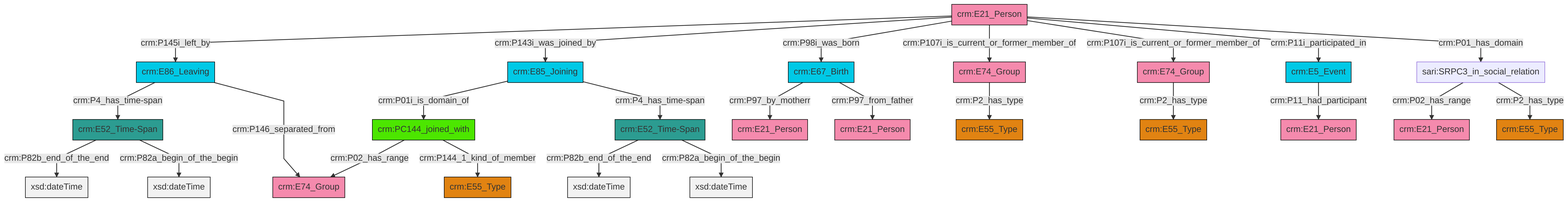
swiss-art-research-net/docs.swissartresearch keeps this Mermaid diagram as et/personCSV/ttl/mmd/png/Person_Actor_Relations.png. Above is the earlier version. Its source is kept beside it as et/personCSV/ttl/mmd/Person_Actor_Relations.ttl.mmd.
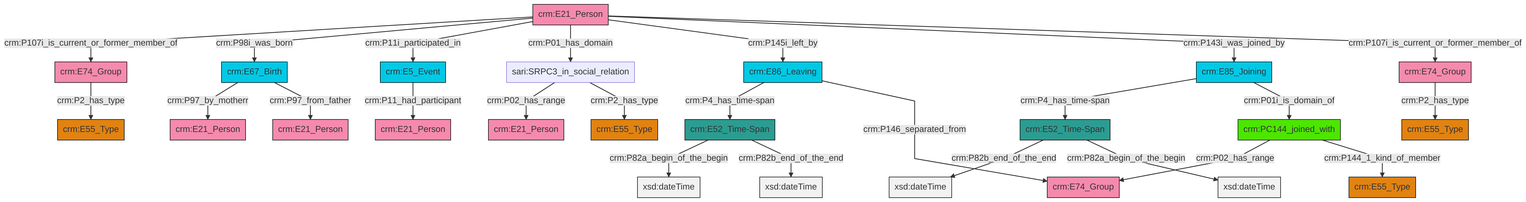
The same file after the commit.

Diff of the diagram source:
```diff
@@ -13,27 +13,27 @@
 classDef PC_Classes fill:#4ce600, stroke:#000000;
 classDef Multi fill:#cccccc,stroke:#000000;
 
-0["crm:E21_Person"]:::Actor -->|crm:P145i_left_by| 1["crm:E86_Leaving"]:::Temporal_Entity
-2["crm:E74_Group"]:::Actor -->|crm:P2_has_type| 3["crm:E55_Type"]:::Type
-0["crm:E21_Person"]:::Actor -->|crm:P143i_was_joined_by| 4["crm:E85_Joining"]:::Temporal_Entity
-5["crm:E52_Time-Span"]:::Time-Span -->|crm:P82b_end_of_the_end| 6[xsd:dateTime]:::Literal
-7["crm:PC144_joined_with"]:::PC_Classes -->|crm:P02_has_range| 8["crm:E74_Group"]:::Actor
-10["sari:SRPC3_in_social_relation"]:::Default -->|crm:P02_has_range| 12["crm:E21_Person"]:::Actor
-15["crm:E67_Birth"]:::Temporal_Entity -->|crm:P97_by_motherr| 16["crm:E21_Person"]:::Actor
-1["crm:E86_Leaving"]:::Temporal_Entity -->|crm:P4_has_time-span| 5["crm:E52_Time-Span"]:::Time-Span
-4["crm:E85_Joining"]:::Temporal_Entity -->|crm:P01i_is_domain_of| 7["crm:PC144_joined_with"]:::PC_Classes
-4["crm:E85_Joining"]:::Temporal_Entity -->|crm:P4_has_time-span| 18["crm:E52_Time-Span"]:::Time-Span
-1["crm:E86_Leaving"]:::Temporal_Entity -->|crm:P146_separated_from| 8["crm:E74_Group"]:::Actor
-18["crm:E52_Time-Span"]:::Time-Span -->|crm:P82b_end_of_the_end| 24[xsd:dateTime]:::Literal
-0["crm:E21_Person"]:::Actor -->|crm:P98i_was_born| 15["crm:E67_Birth"]:::Temporal_Entity
-0["crm:E21_Person"]:::Actor -->|crm:P107i_is_current_or_former_member_of| 20["crm:E74_Group"]:::Actor
-0["crm:E21_Person"]:::Actor -->|crm:P107i_is_current_or_former_member_of| 2["crm:E74_Group"]:::Actor
-10["sari:SRPC3_in_social_relation"]:::Default -->|crm:P2_has_type| 33["crm:E55_Type"]:::Type
-15["crm:E67_Birth"]:::Temporal_Entity -->|crm:P97_from_father| 22["crm:E21_Person"]:::Actor
-5["crm:E52_Time-Span"]:::Time-Span -->|crm:P82a_begin_of_the_begin| 36[xsd:dateTime]:::Literal
-7["crm:PC144_joined_with"]:::PC_Classes -->|crm:P144_1_kind_of_member| 29["crm:E55_Type"]:::Type
-0["crm:E21_Person"]:::Actor -->|crm:P11i_participated_in| 13["crm:E5_Event"]:::Temporal_Entity
-0["crm:E21_Person"]:::Actor -->|crm:P01_has_domain| 10["sari:SRPC3_in_social_relation"]:::Default
-18["crm:E52_Time-Span"]:::Time-Span -->|crm:P82a_begin_of_the_begin| 44[xsd:dateTime]:::Literal
-20["crm:E74_Group"]:::Actor -->|crm:P2_has_type| 39["crm:E55_Type"]:::Type
-13["crm:E5_Event"]:::Temporal_Entity -->|crm:P11_had_participant| 34["crm:E21_Person"]:::Actor
+6["crm:E21_Person"]:::Actor -->|crm:P107i_is_current_or_former_member_of| 7["crm:E74_Group"]:::Actor
+6["crm:E21_Person"]:::Actor -->|crm:P98i_was_born| 10["crm:E67_Birth"]:::Temporal_Entity
+11["crm:E86_Leaving"]:::Temporal_Entity -->|crm:P4_has_time-span| 12["crm:E52_Time-Span"]:::Time-Span
+15["crm:E52_Time-Span"]:::Time-Span -->|crm:P82b_end_of_the_end| 16[xsd:dateTime]:::Literal
+21["sari:SRPC3_in_social_relation"]:::Default -->|crm:P02_has_range| 22["crm:E21_Person"]:::Actor
+6["crm:E21_Person"]:::Actor -->|crm:P11i_participated_in| 23["crm:E5_Event"]:::Temporal_Entity
+23["crm:E5_Event"]:::Temporal_Entity -->|crm:P11_had_participant| 0["crm:E21_Person"]:::Actor
+15["crm:E52_Time-Span"]:::Time-Span -->|crm:P82a_begin_of_the_begin| 32[xsd:dateTime]:::Literal
+12["crm:E52_Time-Span"]:::Time-Span -->|crm:P82a_begin_of_the_begin| 34[xsd:dateTime]:::Literal
+8["crm:E74_Group"]:::Actor -->|crm:P2_has_type| 17["crm:E55_Type"]:::Type
+36["crm:PC144_joined_with"]:::PC_Classes -->|crm:P02_has_range| 4["crm:E74_Group"]:::Actor
+10["crm:E67_Birth"]:::Temporal_Entity -->|crm:P97_by_motherr| 37["crm:E21_Person"]:::Actor
+12["crm:E52_Time-Span"]:::Time-Span -->|crm:P82b_end_of_the_end| 40[xsd:dateTime]:::Literal
+7["crm:E74_Group"]:::Actor -->|crm:P2_has_type| 28["crm:E55_Type"]:::Type
+21["sari:SRPC3_in_social_relation"]:::Default -->|crm:P2_has_type| 41["crm:E55_Type"]:::Type
+6["crm:E21_Person"]:::Actor -->|crm:P01_has_domain| 21["sari:SRPC3_in_social_relation"]:::Default
+6["crm:E21_Person"]:::Actor -->|crm:P145i_left_by| 11["crm:E86_Leaving"]:::Temporal_Entity
+36["crm:PC144_joined_with"]:::PC_Classes -->|crm:P144_1_kind_of_member| 2["crm:E55_Type"]:::Type
+42["crm:E85_Joining"]:::Temporal_Entity -->|crm:P4_has_time-span| 15["crm:E52_Time-Span"]:::Time-Span
+10["crm:E67_Birth"]:::Temporal_Entity -->|crm:P97_from_father| 13["crm:E21_Person"]:::Actor
+6["crm:E21_Person"]:::Actor -->|crm:P143i_was_joined_by| 42["crm:E85_Joining"]:::Temporal_Entity
+6["crm:E21_Person"]:::Actor -->|crm:P107i_is_current_or_former_member_of| 8["crm:E74_Group"]:::Actor
+11["crm:E86_Leaving"]:::Temporal_Entity -->|crm:P146_separated_from| 4["crm:E74_Group"]:::Actor
+42["crm:E85_Joining"]:::Temporal_Entity -->|crm:P01i_is_domain_of| 36["crm:PC144_joined_with"]:::PC_Classes
```
